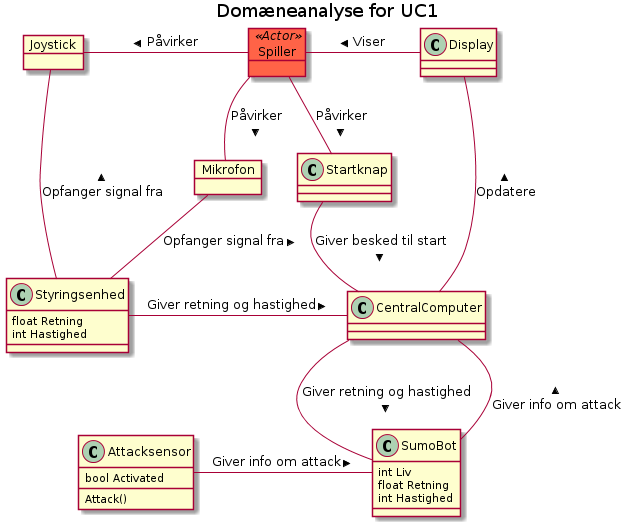
Solvgraa-mager/E3PRJ3 keeps this PlantUML diagram as Diagrammer/CentralComputer/Domænemodel/Domaenemodel.png. Above is the earlier version.
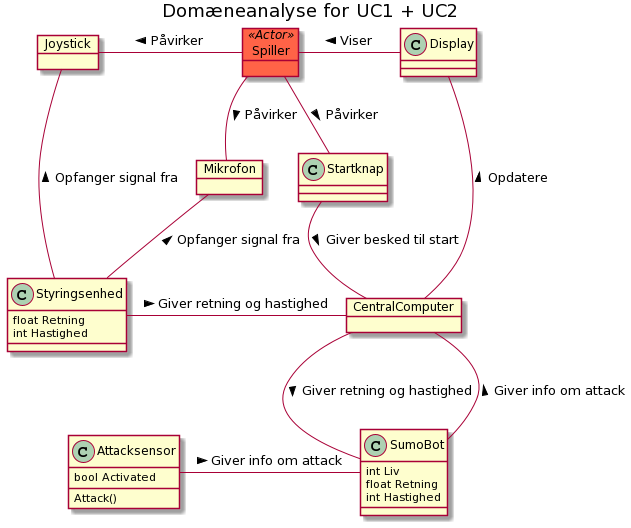
Later version of the same file.

Diff of the diagram source:
```diff
@@ -1,5 +1,5 @@
 @startuml
-title Domæneanalyse for UC1
+title Domæneanalyse for UC1 + UC2
 
 
 object Joystick
@@ -18,7 +18,7 @@
 int Hastighed
 }
 
-class CentralComputer
+object CentralComputer
 class Styringsenhed{
 float Retning
 int Hastighed
```
